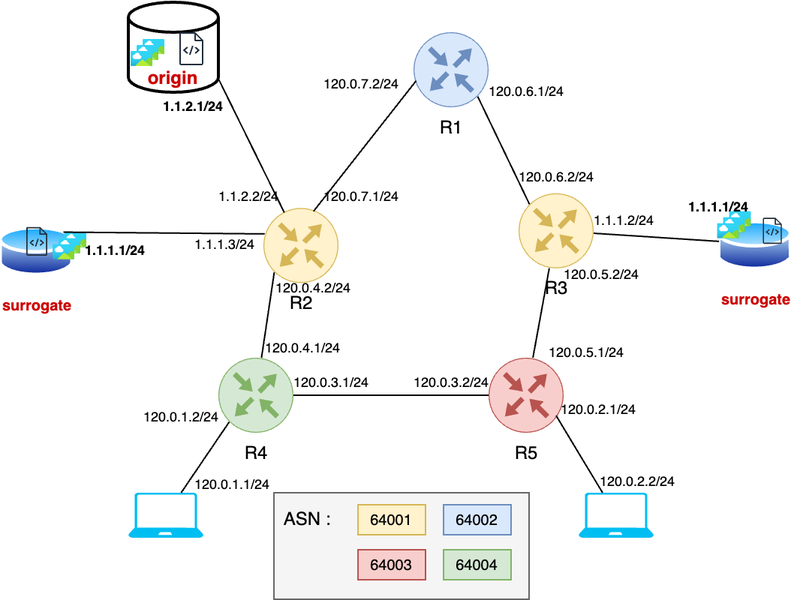
Kitio-Tek/CDN-Project keeps this draw.io diagram as diagram.png. Above is the earlier version. Source tidied: cells renumbered, new cells last; positions are measured from the earlier drawing's top-left corner, leaving out a move shared by most shapes.
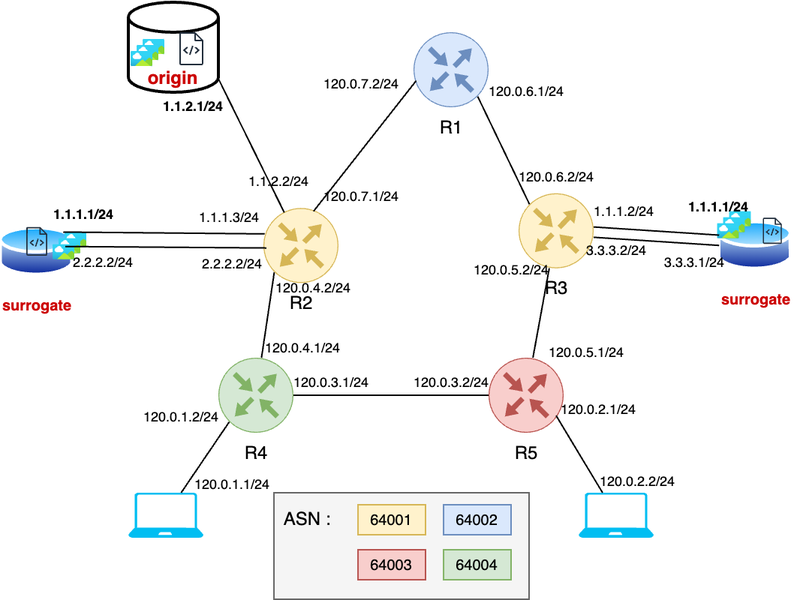
The same file after the commit.

Commit message:
add double links

The edit, as a diff of the source:
```diff
@@ -98,8 +98,11 @@
     <mxCell id="33" value="R3" style="sketch=0;points=[[0.5,0,0],[1,0.5,0],[0.5,1,0],[0,0.5,0],[0.145,0.145,0],[0.8555,0.145,0],[0.855,0.8555,0],[0.145,0.855,0]];verticalLabelPosition=bottom;html=1;verticalAlign=top;align=center;shape=mxgraph.cisco19.rect;prIcon=router;fillColor=#fff2cc;strokeColor=#d6b656;horizontal=1;" parent="1" vertex="1">
       <mxGeometry x="346" y="127.4" width="50" height="50" as="geometry" />
     </mxCell>
-    <mxCell id="34" style="rounded=0;jettySize=auto;html=1;entryX=0.017;entryY=0.422;entryDx=0;entryDy=0;entryPerimeter=0;endArrow=none;endFill=0;" parent="1" edge="1" source="33" target="6">
-      <mxGeometry relative="1" as="geometry" />
+    <mxCell id="34" style="rounded=0;orthogonalLoop=1;jettySize=auto;html=1;entryX=0.017;entryY=0.422;entryDx=0;entryDy=0;entryPerimeter=0;endArrow=none;endFill=0;" parent="1" edge="1">
+      <mxGeometry relative="1" as="geometry">
+        <mxPoint x="396" y="149.8" as="sourcePoint" />
+        <mxPoint x="479.6" y="155.3" as="targetPoint" />
+      </mxGeometry>
     </mxCell>
     <mxCell id="35" style="rounded=0;jettySize=auto;html=1;exitX=0.145;exitY=0.855;exitDx=0;exitDy=0;exitPerimeter=0;endArrow=none;endFill=0;" parent="1" edge="1" source="37" target="3">
       <mxGeometry relative="1" as="geometry" />
@@ -111,7 +114,7 @@
       <mxGeometry x="176" y="137.2" width="50" height="50" as="geometry" />
     </mxCell>
     <mxCell id="38" value="&lt;font style=&quot;font-size: 9px;&quot;&gt;1.1.1.1/24&lt;/font&gt;" style="text;html=1;align=center;verticalAlign=middle;strokeColor=none;fillColor=none;fontSize=9;fontStyle=1;" parent="1" vertex="1">
-      <mxGeometry x="46.6" y="156.3" width="60" height="20" as="geometry" />
+      <mxGeometry x="26" y="132.2" width="60" height="20" as="geometry" />
     </mxCell>
     <mxCell id="39" value="&lt;font style=&quot;font-size: 9px;&quot;&gt;1.1.1.1/24&lt;/font&gt;" style="text;html=1;align=center;verticalAlign=middle;strokeColor=none;fillColor=none;fontSize=9;fontStyle=1;" parent="1" vertex="1">
       <mxGeometry x="448.7" y="127.4" width="60" height="20" as="geometry" />
@@ -129,13 +132,13 @@
       <mxGeometry x="174" y="181" width="70" height="20" as="geometry" />
     </mxCell>
     <mxCell id="44" value="&lt;font style=&quot;font-size: 9px;&quot;&gt;120.0.5.2/24&lt;/font&gt;" style="text;html=1;align=center;verticalAlign=middle;strokeColor=none;fillColor=none;fontSize=9;" parent="1" vertex="1">
-      <mxGeometry x="366" y="172.2" width="70" height="20" as="geometry" />
+      <mxGeometry x="306" y="169" width="70" height="20" as="geometry" />
     </mxCell>
     <mxCell id="45" value="&lt;font style=&quot;font-size: 9px;&quot;&gt;1.1.1.2/24&lt;/font&gt;" style="text;html=1;align=center;verticalAlign=middle;strokeColor=none;fillColor=none;fontSize=9;fontStyle=0;" parent="1" vertex="1">
-      <mxGeometry x="386" y="136.3" width="60" height="20" as="geometry" />
+      <mxGeometry x="386" y="129.8" width="60" height="20" as="geometry" />
     </mxCell>
     <mxCell id="46" value="&lt;font style=&quot;font-size: 9px;&quot;&gt;1.1.1.3/24&lt;/font&gt;" style="text;html=1;align=center;verticalAlign=middle;strokeColor=none;fillColor=none;fontSize=9;fontStyle=0;" parent="1" vertex="1">
-      <mxGeometry x="120" y="152.2" width="60" height="20" as="geometry" />
+      <mxGeometry x="123" y="133.8" width="60" height="20" as="geometry" />
     </mxCell>
     <mxCell id="47" value="&lt;font style=&quot;font-size: 9px;&quot;&gt;120.0.6.2/24&lt;/font&gt;" style="text;html=1;align=center;verticalAlign=middle;strokeColor=none;fillColor=none;fontSize=9;" parent="1" vertex="1">
       <mxGeometry x="336" y="107.4" width="70" height="20" as="geometry" />
@@ -159,7 +162,7 @@
       <mxGeometry relative="1" as="geometry" />
     </mxCell>
     <mxCell id="54" value="&lt;font style=&quot;font-size: 9px;&quot;&gt;1.1.2.2/24&lt;/font&gt;" style="text;html=1;align=center;verticalAlign=middle;strokeColor=none;fillColor=none;fontSize=9;fontStyle=0;" parent="1" vertex="1">
-      <mxGeometry x="136" y="119.8" width="60" height="20" as="geometry" />
+      <mxGeometry x="156" y="109.8" width="60" height="20" as="geometry" />
     </mxCell>
     <mxCell id="55" value="&lt;font style=&quot;font-size: 10px;&quot;&gt;64001&lt;/font&gt;" style="text;html=1;align=center;verticalAlign=middle;whiteSpace=wrap;rounded=0;fillColor=#fff2cc;strokeColor=#d6b656;" parent="1" vertex="1">
       <mxGeometry x="239" y="335" width="45" height="20" as="geometry" />
@@ -176,5 +179,29 @@
     <mxCell id="59" value="ASN :" style="text;html=1;align=center;verticalAlign=middle;strokeColor=none;fillColor=none;" parent="1" vertex="1">
       <mxGeometry x="180" y="330" width="50" height="30" as="geometry" />
     </mxCell>
+    <mxCell id="60" style="rounded=0;orthogonalLoop=1;jettySize=auto;html=1;entryX=0.017;entryY=0.422;entryDx=0;entryDy=0;entryPerimeter=0;endArrow=none;endFill=0;" parent="1" edge="1">
+      <mxGeometry relative="1" as="geometry">
+        <mxPoint x="396" y="156.7" as="sourcePoint" />
+        <mxPoint x="479.6" y="162.1" as="targetPoint" />
+      </mxGeometry>
+    </mxCell>
+    <mxCell id="61" value="&lt;font style=&quot;font-size: 9px;&quot;&gt;3.3.3.2/24&lt;/font&gt;" style="text;html=1;align=center;verticalAlign=middle;strokeColor=none;fillColor=none;fontSize=9;fontStyle=0;" parent="1" vertex="1">
+      <mxGeometry x="381" y="156.3" width="60" height="20" as="geometry" />
+    </mxCell>
+    <mxCell id="62" value="&lt;font style=&quot;font-size: 9px;&quot;&gt;3.3.3.1/24&lt;/font&gt;" style="text;html=1;align=center;verticalAlign=middle;strokeColor=none;fillColor=none;fontSize=9;fontStyle=0;" parent="1" vertex="1">
+      <mxGeometry x="433.3" y="163.8" width="60" height="20" as="geometry" />
+    </mxCell>
+    <mxCell id="63" style="rounded=0;orthogonalLoop=1;jettySize=auto;html=1;exitX=0.018;exitY=0.345;exitDx=0;exitDy=0;exitPerimeter=0;entryX=1;entryY=0;entryDx=0;entryDy=0;endArrow=none;endFill=0;" parent="1" edge="1">
+      <mxGeometry relative="1" as="geometry">
+        <mxPoint x="178" y="163.8" as="sourcePoint" />
+        <mxPoint x="44" y="162.8" as="targetPoint" />
+      </mxGeometry>
+    </mxCell>
+    <mxCell id="64" value="2.2.2.2/24" style="text;html=1;align=center;verticalAlign=middle;strokeColor=none;fillColor=none;fontSize=9;fontStyle=0;" parent="1" vertex="1">
+      <mxGeometry x="125" y="164.8" width="60" height="20" as="geometry" />
+    </mxCell>
+    <mxCell id="65" value="2.2.2.2/24" style="text;html=1;align=center;verticalAlign=middle;strokeColor=none;fillColor=none;fontSize=9;fontStyle=0;" parent="1" vertex="1">
+      <mxGeometry x="39" y="163.8" width="60" height="20" as="geometry" />
+    </mxCell>
   </root>
 </mxGraphModel>
```
